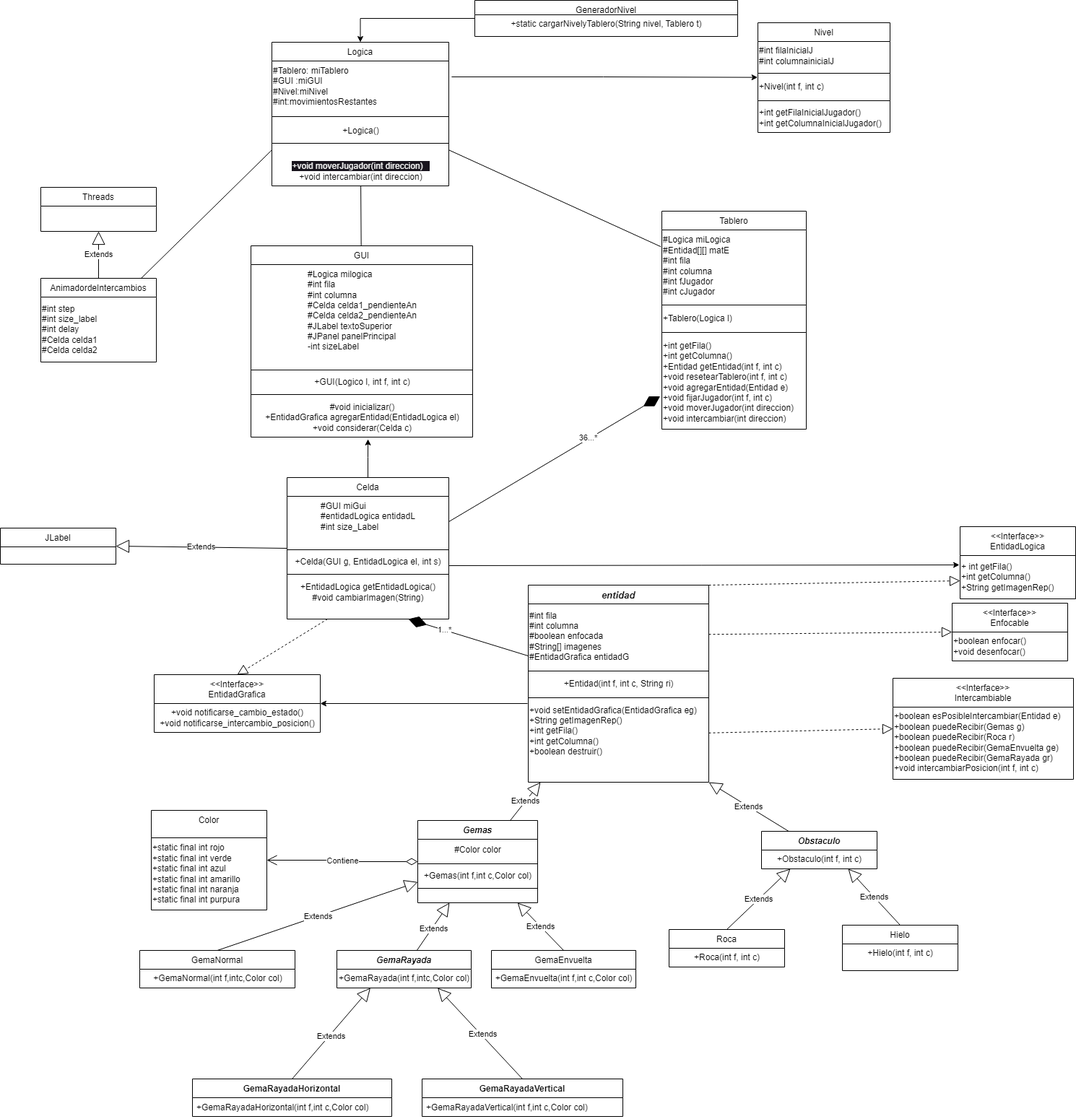
Above: Diagrama/Extendido/Diagrama_Extendido_Candy_CrushV1.drawio.png in Brunitoa10/Candy_Crush_Gemas (draw.io), before the change. Source tidied: cells renumbered, new cells last; positions are measured from the earlier drawing's top-left corner, leaving out a move shared by most shapes.
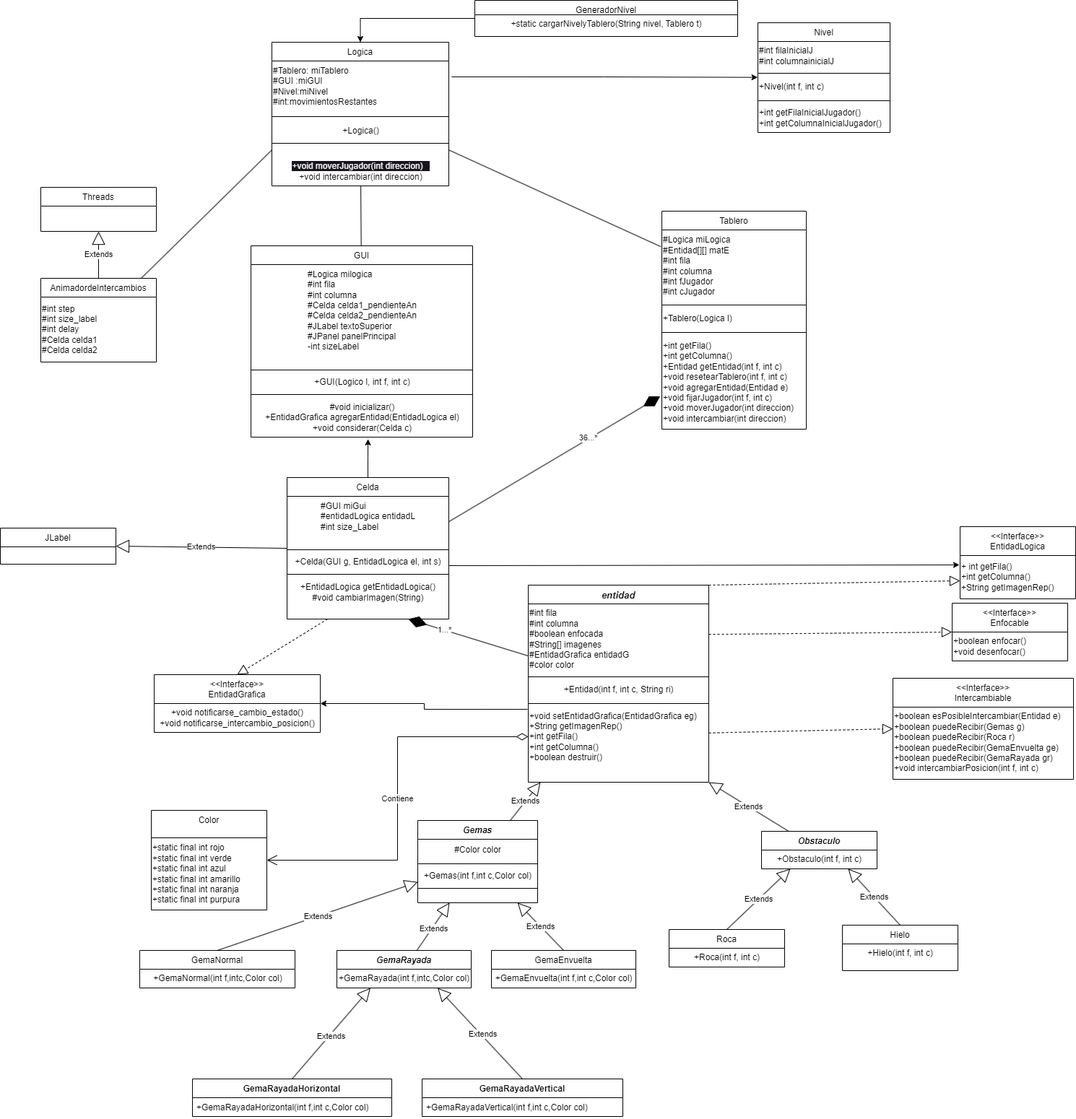
After the change.

Commit message:
cambio diagrama

Change to the diagram source:
```diff
@@ -107,20 +107,20 @@
     <mxCell id="36" value="entidad" style="swimlane;fontStyle=3;align=center;verticalAlign=top;horizontal=1;startSize=26;rounded=0;shadow=0;strokeWidth=1;fontSize=13;" parent="1" vertex="1">
       <mxGeometry x="731" y="810" width="250" height="273" as="geometry" />
     </mxCell>
-    <mxCell id="37" value="#int fila&lt;br&gt;#int columna&lt;br&gt;#boolean enfocada&lt;br&gt;#String[] imagenes&lt;br&gt;#EntidadGrafica entidadG" style="text;html=1;align=left;verticalAlign=middle;strokeColor=none;fillColor=none;" parent="36" vertex="1">
-      <mxGeometry y="26" width="250" height="90" as="geometry" />
+    <mxCell id="37" value="#int fila&lt;br&gt;#int columna&lt;br&gt;#boolean enfocada&lt;br&gt;#String[] imagenes&lt;br&gt;#EntidadGrafica entidadG&lt;br&gt;#color color" style="text;html=1;align=left;verticalAlign=middle;strokeColor=none;fillColor=none;" parent="36" vertex="1">
+      <mxGeometry y="26" width="250" height="98" as="geometry" />
     </mxCell>
     <mxCell id="38" style="line;strokeWidth=1;fillColor=none;align=left;verticalAlign=middle;spacingTop=-1;spacingLeft=3;spacingRight=3;labelPosition=right;strokeColor=inherit;" parent="36" vertex="1">
-      <mxGeometry y="116" width="250" height="6" as="geometry" />
+      <mxGeometry y="124" width="250" height="6" as="geometry" />
     </mxCell>
     <mxCell id="39" value="+Entidad(int f, int c, String ri)" style="text;html=1;align=center;verticalAlign=middle;strokeColor=none;fillColor=none;" parent="36" vertex="1">
-      <mxGeometry y="122" width="250" height="30" as="geometry" />
+      <mxGeometry y="130" width="250" height="30" as="geometry" />
     </mxCell>
     <mxCell id="40" style="line;strokeWidth=1;fillColor=none;align=left;verticalAlign=middle;spacingTop=-1;spacingLeft=3;spacingRight=3;labelPosition=right;strokeColor=inherit;" parent="36" vertex="1">
-      <mxGeometry y="152" width="250" height="8" as="geometry" />
+      <mxGeometry y="160" width="250" height="8" as="geometry" />
     </mxCell>
     <mxCell id="41" value="+void setEntidadGrafica(EntidadGrafica eg)&lt;br&gt;+String getImagenRep()&lt;br&gt;+int getFila()&lt;br&gt;+int getColumna()&lt;br&gt;+boolean destruir()" style="text;html=1;align=left;verticalAlign=middle;points=[];strokeColor=none;fillColor=none;" parent="36" vertex="1">
-      <mxGeometry y="160" width="250" height="84" as="geometry" />
+      <mxGeometry y="168" width="250" height="84" as="geometry" />
     </mxCell>
     <mxCell id="42" value="Obstaculo" style="swimlane;fontStyle=3;align=center;verticalAlign=top;horizontal=1;startSize=26;rounded=0;shadow=0;strokeWidth=1;" parent="1" vertex="1">
       <mxGeometry x="1054" y="1151" width="160" height="52" as="geometry" />
@@ -167,7 +167,7 @@
     <mxCell id="56" value="+Hielo(int f, int c)" style="text;html=1;align=center;verticalAlign=middle;strokeColor=none;fillColor=none;" parent="55" vertex="1">
       <mxGeometry y="26" width="160" height="26" as="geometry" />
     </mxCell>
-    <mxCell id="57" value="Contiene" style="endArrow=open;html=1;endSize=12;startArrow=diamondThin;startSize=14;startFill=0;edgeStyle=orthogonalEdgeStyle;rounded=0;exitX=0;exitY=0.5;exitDx=0;exitDy=0;entryX=1;entryY=0.5;entryDx=0;entryDy=0;" parent="1" edge="1" source="66" target="51">
+    <mxCell id="57" value="Contiene" style="endArrow=open;html=1;endSize=12;startArrow=diamondThin;startSize=14;startFill=0;edgeStyle=orthogonalEdgeStyle;rounded=0;entryX=1;entryY=0.5;entryDx=0;entryDy=0;" parent="1" edge="1" source="41" target="51">
       <mxGeometry relative="1" as="geometry" />
     </mxCell>
     <mxCell id="58" value="Extends" style="endArrow=block;endSize=16;endFill=0;html=1;rounded=0;exitX=0.5;exitY=0;exitDx=0;exitDy=0;" parent="1" edge="1" source="31" target="66">
```
